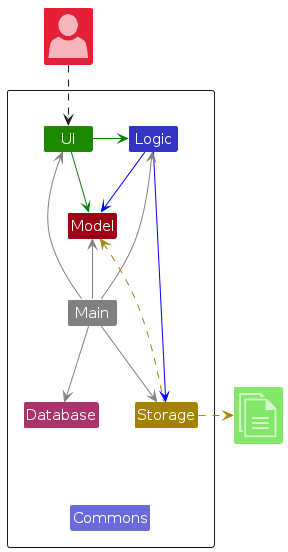
Before: diagrams/ArchitectureDiagram.png, a diagram exported from PlantUML (ji-just-ji/tp). Its source is kept beside it as diagrams/ArchitectureDiagram.puml. Source of this version:
```plantuml
@startuml
!include <office/Concepts/globe_internet>
!include <office/Concepts/documents>
!include <office/Users/user>
!include style.puml

Package " "<<Rectangle>>{
    Class UI UI_COLOR
    Class Logic LOGIC_COLOR
    Class Storage STORAGE_COLOR
    Class Database DATABASE_COLOR
    Class Model MODEL_COLOR
    Class Main #grey
    Class Commons LOGIC_COLOR_T2
}

Class "<$user>" as User MODEL_COLOR_T2
Class "<$documents>" as File UI_COLOR_T1


UI -[#green]> Logic
UI -right[#green]-> Model
Logic -[#blue]-> Storage
Logic -down[#blue]-> Model
Main -[#grey]-> UI
Main -[#grey]-> Logic
Main -[#grey]-> Storage
Main -up[#grey]-> Model
Main -[#grey]-> Database
Database -down[hidden]-> Commons
Storage -down[hidden]-> Commons

Storage -up[STORAGE_COLOR].> Model
Storage .right[STORAGE_COLOR].>File
User ..> UI
@enduml
```
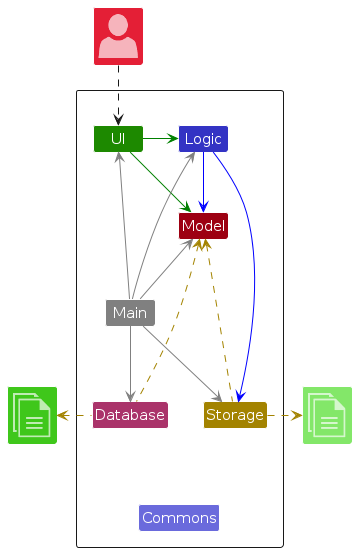
The same file after the commit.

The edit, as a diff of the source:
```diff
@@ -16,6 +16,7 @@
 
 Class "<$user>" as User MODEL_COLOR_T2
 Class "<$documents>" as File UI_COLOR_T1
+Class "<$documents>" as File2 UI_COLOR_T2
 
 
 UI -[#green]> Logic
@@ -32,5 +33,7 @@
 
 Storage -up[STORAGE_COLOR].> Model
 Storage .right[STORAGE_COLOR].>File
+Database -up[STORAGE_COLOR].> Model
+Database .left[STORAGE_COLOR].>File2
 User ..> UI
 @enduml
```
